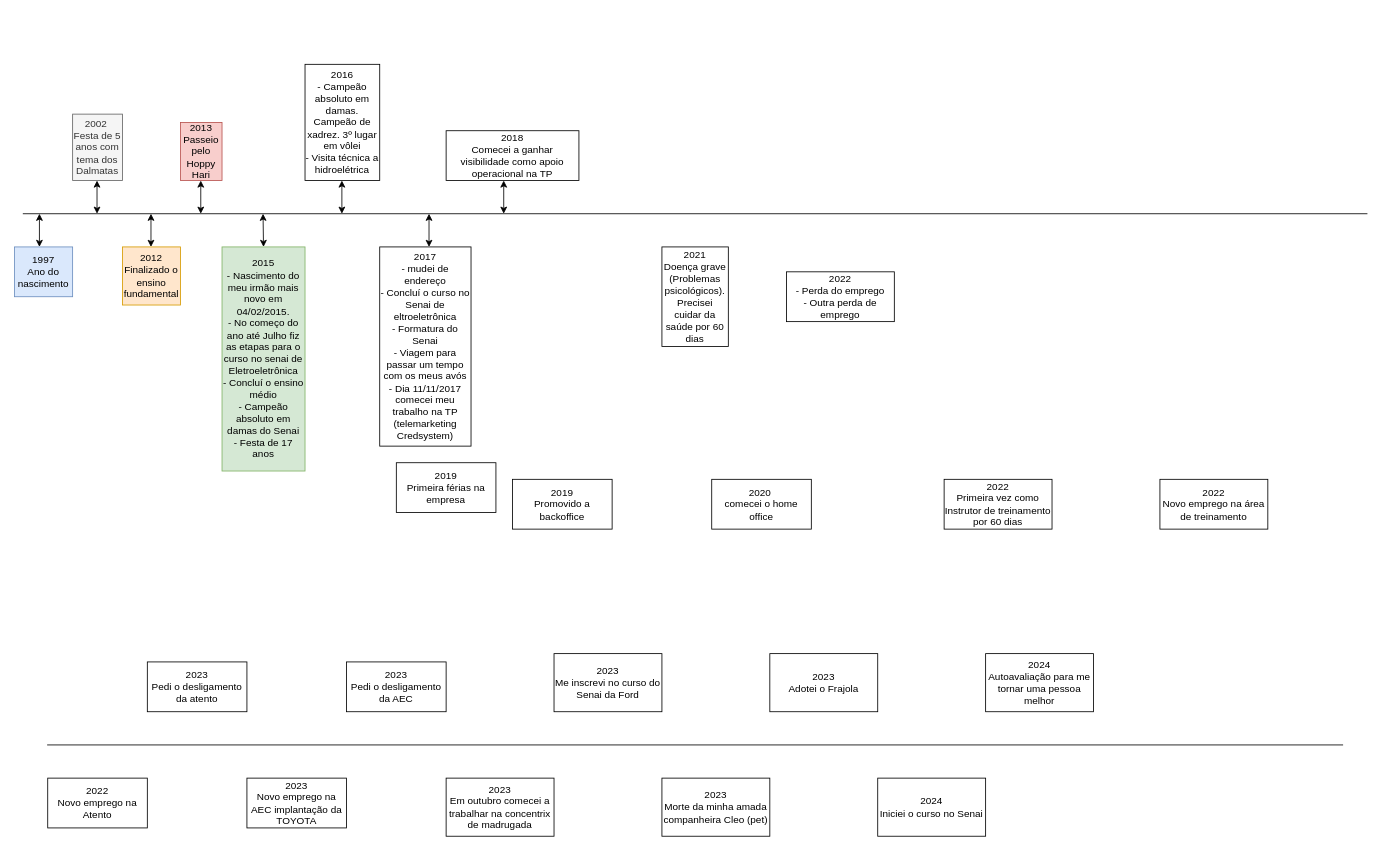
The draw.io diagram linha da vida.drawio in IagoPelitero/senaiaulas, before the edit. Source tidied: cells renumbered, new cells numbered last; positions are measured from the earlier drawing's top-left corner, leaving out a move shared by most shapes. Both pictures are drawn from the tidied source at 83%, with x=0, y=0 at pixel (14, 64).
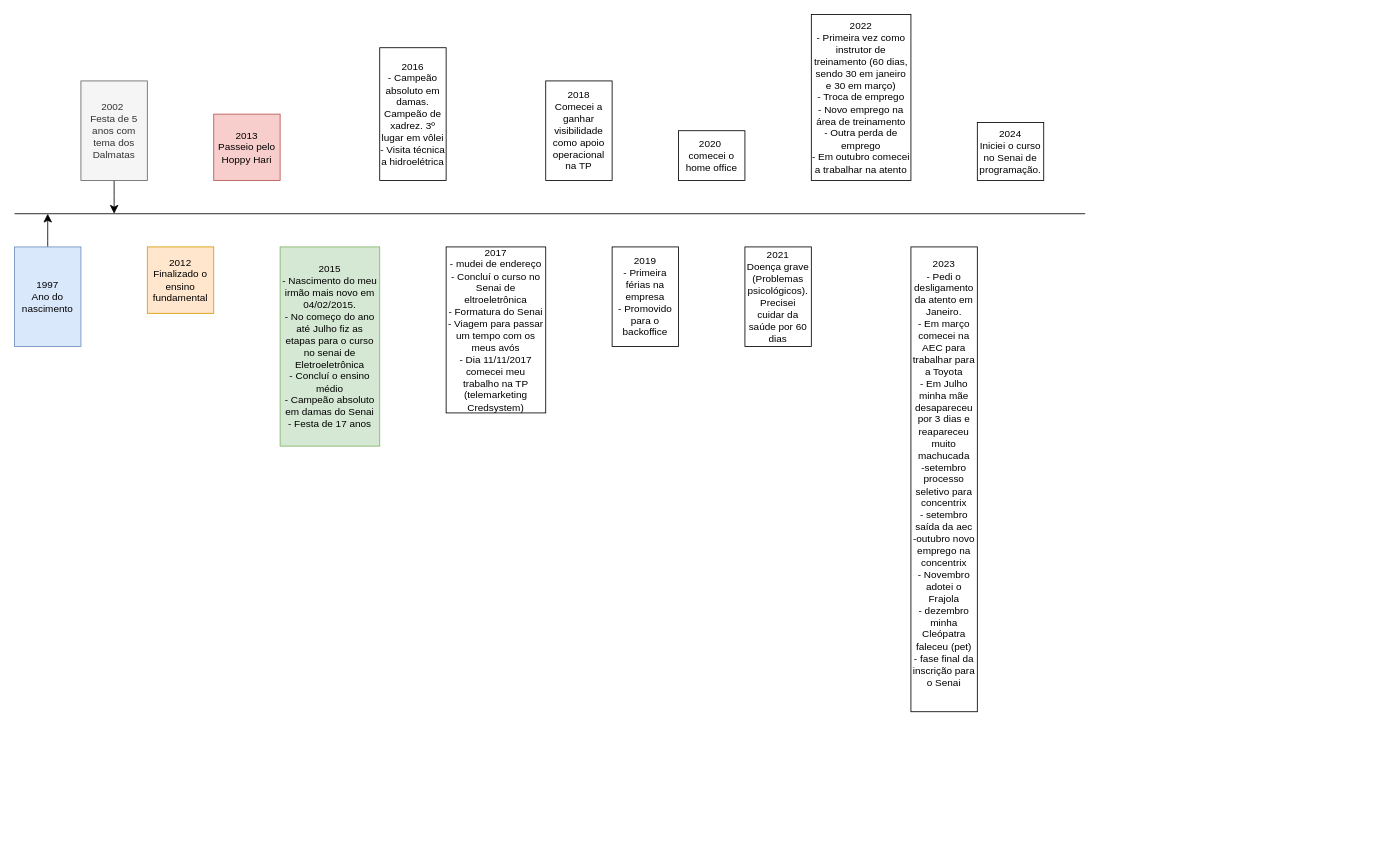
Above is the later version.

What changed in the source:
```diff
@@
+    <mxCell id="37" style="edgeStyle=none;curved=1;rounded=0;jettySize=auto;html=1;fontSize=12;startSize=8;endSize=8;" parent="1" edge="1" source="2">
+      <mxGeometry relative="1" as="geometry">
+        <mxPoint x="40" y="180" as="targetPoint" />
+      </mxGeometry>
+    </mxCell>
     <mxCell id="2" value="1997&lt;div&gt;Ano do nascimento&lt;/div&gt;" style="rounded=0;whiteSpace=wrap;html=1;fillColor=#dae8fc;strokeColor=#6c8ebf;" parent="1" vertex="1">
-      <mxGeometry y="220" width="70" height="60" as="geometry" />
+      <mxGeometry y="220" width="80" height="120" as="geometry" />
     </mxCell>
     <mxCell id="3" style="endArrow=none;html=1;rounded=0;" parent="1" edge="1">
       <mxGeometry relative="1" as="geometry">
-        <mxPoint x="10" y="180" as="sourcePoint" />
-        <mxPoint x="1630" y="180" as="targetPoint" />
+        <mxPoint y="180" as="sourcePoint" />
+        <mxPoint x="1290" y="180" as="targetPoint" />
       </mxGeometry>
     </mxCell>
-    <mxCell id="4" style="endArrow=classic;startArrow=classic;html=1;rounded=0;" parent="1" edge="1">
-      <mxGeometry relative="1" as="geometry">
-        <mxPoint x="30" y="220" as="sourcePoint" />
-        <mxPoint x="30" y="180" as="targetPoint" />
-      </mxGeometry>
-    </mxCell>
+    <mxCell id="38" style="edgeStyle=none;curved=1;rounded=0;jettySize=auto;html=1;fontSize=12;startSize=8;endSize=8;" parent="1" edge="1" source="5">
+      <mxGeometry relative="1" as="geometry">
+        <mxPoint x="120" y="180" as="targetPoint" />
+      </mxGeometry>
+    </mxCell>
     <mxCell id="5" value="2002&amp;nbsp;&lt;div&gt;Festa de 5 anos com tema dos Dalmatas&lt;/div&gt;" style="rounded=0;whiteSpace=wrap;html=1;fillColor=#f5f5f5;strokeColor=#666666;fontColor=#333333;" parent="1" vertex="1">
-      <mxGeometry x="70" y="60" width="60" height="80" as="geometry" />
+      <mxGeometry x="80" y="20" width="80" height="120" as="geometry" />
     </mxCell>
     <mxCell id="6" value="2012&lt;div&gt;Finalizado o ensino fundamental&lt;/div&gt;" style="rounded=0;whiteSpace=wrap;html=1;fillColor=#ffe6cc;strokeColor=#d79b00;" parent="1" vertex="1">
-      <mxGeometry x="130" y="220" width="70" height="70" as="geometry" />
+      <mxGeometry x="160" y="220" width="80" height="80" as="geometry" />
     </mxCell>
-    <mxCell id="7" style="endArrow=classic;startArrow=classic;html=1;rounded=0;" parent="1" edge="1">
-      <mxGeometry relative="1" as="geometry">
-        <mxPoint x="99.4" y="180" as="sourcePoint" />
-        <mxPoint x="99.4" y="140" as="targetPoint" />
-      </mxGeometry>
-    </mxCell>
-    <mxCell id="8" style="endArrow=classic;startArrow=classic;html=1;rounded=0;" parent="1" edge="1">
-      <mxGeometry relative="1" as="geometry">
-        <mxPoint x="164.4" y="220" as="sourcePoint" />
-        <mxPoint x="164.4" y="180" as="targetPoint" />
-      </mxGeometry>
-    </mxCell>
     <mxCell id="9" value="2013&lt;div&gt;Passeio pelo Hoppy Hari&lt;/div&gt;" style="rounded=0;whiteSpace=wrap;html=1;fillColor=#f8cecc;strokeColor=#b85450;" parent="1" vertex="1">
-      <mxGeometry x="200" y="70" width="50" height="70" as="geometry" />
+      <mxGeometry x="240" y="60" width="80" height="80" as="geometry" />
     </mxCell>
     <mxCell id="10" value="&lt;div&gt;2016&lt;/div&gt;&lt;div&gt;- Campeão absoluto em damas. Campeão de xadrez. 3º lugar em vôlei&lt;/div&gt;&lt;div&gt;-&amp;nbsp;&lt;span style=&quot;background-color: initial;&quot;&gt;Visita técnica a hidroelétrica&lt;/span&gt;&lt;/div&gt;" style="rounded=0;whiteSpace=wrap;html=1;" parent="1" vertex="1">
-      <mxGeometry x="350" width="90" height="140" as="geometry" />
+      <mxGeometry x="440" y="-20" width="80" height="160" as="geometry" />
     </mxCell>
     <mxCell id="11" value="2017&lt;div&gt;- mudei de endereço&lt;/div&gt;&lt;div&gt;- Concluí o curso no Senai de eltroeletrônica&lt;br&gt;&lt;/div&gt;&lt;div&gt;- Formatura do Senai&lt;/div&gt;&lt;div&gt;-&amp;nbsp;&lt;span style=&quot;background-color: initial;&quot;&gt;Viagem para passar um tempo com os meus avós&lt;/span&gt;&lt;/div&gt;&lt;div&gt;&lt;span style=&quot;background-color: initial;&quot;&gt;-&amp;nbsp;&lt;/span&gt;&lt;span style=&quot;background-color: initial;&quot;&gt;Dia 11/11/2017 comecei meu trabalho na TP (telemarketing Credsystem)&lt;/span&gt;&lt;/div&gt;" style="rounded=0;whiteSpace=wrap;html=1;" parent="1" vertex="1">
-      <mxGeometry x="440" y="220" width="110" height="240" as="geometry" />
+      <mxGeometry x="520" y="220" width="120" height="200" as="geometry" />
     </mxCell>
     <mxCell id="12" value="2015&lt;div&gt;- Nascimento do meu irmão mais novo em 04/02/2015.&lt;/div&gt;&lt;div&gt;-&amp;nbsp;&lt;span style=&quot;background-color: initial;&quot;&gt;No começo do ano até Julho fiz as etapas para o curso no senai de Eletroeletrônica&lt;/span&gt;&lt;/div&gt;&lt;div&gt;-&amp;nbsp;&lt;span style=&quot;background-color: initial;&quot;&gt;Concluí o ensino médio&lt;/span&gt;&lt;/div&gt;&lt;div&gt;&lt;span style=&quot;background-color: initial;&quot;&gt;-&amp;nbsp;&lt;/span&gt;&lt;span style=&quot;background-color: initial;&quot;&gt;Campeão absoluto em damas do Senai&lt;/span&gt;&lt;/div&gt;&lt;div&gt;&lt;span style=&quot;background-color: initial;&quot;&gt;- Festa de 17 anos&lt;/span&gt;&lt;/div&gt;" style="rounded=0;whiteSpace=wrap;html=1;fillColor=#d5e8d4;strokeColor=#82b366;" parent="1" vertex="1">
-      <mxGeometry x="250" y="220" width="100" height="270" as="geometry" />
+      <mxGeometry x="320" y="220" width="120" height="240" as="geometry" />
     </mxCell>
     <mxCell id="13" value="2018&lt;div&gt;Comecei a ganhar visibilidade como apoio operacional na TP&lt;/div&gt;" style="rounded=0;whiteSpace=wrap;html=1;" parent="1" vertex="1">
-      <mxGeometry x="520" y="80" width="160" height="60" as="geometry" />
+      <mxGeometry x="640" y="20" width="80" height="120" as="geometry" />
     </mxCell>
-    <mxCell id="14" value="2019&lt;div&gt;Promovido a backoffice&lt;/div&gt;" style="rounded=0;whiteSpace=wrap;html=1;" parent="1" vertex="1">
-      <mxGeometry x="600" y="500" width="120" height="60" as="geometry" />
-    </mxCell>
-    <mxCell id="15" value="2019&lt;div&gt;Primeira férias na empresa&lt;/div&gt;" style="rounded=0;whiteSpace=wrap;html=1;" parent="1" vertex="1">
-      <mxGeometry x="460" y="480" width="120" height="60" as="geometry" />
+    <mxCell id="15" value="2019&lt;div&gt;- Primeira férias na empresa&lt;/div&gt;&lt;div&gt;- Promovido para o backoffice&lt;/div&gt;" style="rounded=0;whiteSpace=wrap;html=1;" parent="1" vertex="1">
+      <mxGeometry x="720" y="220" width="80" height="120" as="geometry" />
     </mxCell>
     <mxCell id="16" value="2020&amp;nbsp;&lt;div&gt;comecei o home office&lt;/div&gt;" style="rounded=0;whiteSpace=wrap;html=1;" parent="1" vertex="1">
-      <mxGeometry x="840" y="500" width="120" height="60" as="geometry" />
+      <mxGeometry x="800" y="80" width="80" height="60" as="geometry" />
     </mxCell>
     <mxCell id="17" value="2021&lt;div&gt;Doença grave (Problemas psicológicos). Precisei cuidar da saúde por 60 dias&lt;/div&gt;" style="rounded=0;whiteSpace=wrap;html=1;" parent="1" vertex="1">
-      <mxGeometry x="780" y="220" width="80" height="120" as="geometry" />
+      <mxGeometry x="880" y="220" width="80" height="120" as="geometry" />
     </mxCell>
-    <mxCell id="18" value="2022&lt;div&gt;Primeira vez como Instrutor de treinamento por 60 dias&lt;/div&gt;" style="rounded=0;whiteSpace=wrap;html=1;" parent="1" vertex="1">
-      <mxGeometry x="1120" y="500" width="130" height="60" as="geometry" />
-    </mxCell>
-    <mxCell id="19" value="2022&lt;div&gt;- Perda do emprego&lt;/div&gt;&lt;div&gt;-&amp;nbsp;&lt;span style=&quot;background-color: initial;&quot;&gt;Outra perda de emprego&lt;/span&gt;&lt;/div&gt;" style="rounded=0;whiteSpace=wrap;html=1;" parent="1" vertex="1">
-      <mxGeometry x="930" y="250" width="130" height="60" as="geometry" />
+    <mxCell id="19" value="2022&lt;div&gt;- Primeira vez como instrutor de treinamento (60 dias, sendo 30 em janeiro e 30 em março)&lt;br&gt;&lt;div&gt;- Troca de emprego&lt;/div&gt;&lt;div&gt;- Novo emprego na área de treinamento&lt;/div&gt;&lt;div&gt;-&amp;nbsp;&lt;span style=&quot;background-color: initial;&quot;&gt;Outra perda de emprego&lt;/span&gt;&lt;/div&gt;&lt;div&gt;&lt;span style=&quot;background-color: initial;&quot;&gt;- Em outubro comecei a trabalhar na atento&lt;/span&gt;&lt;/div&gt;&lt;/div&gt;" style="rounded=0;whiteSpace=wrap;html=1;" parent="1" vertex="1">
+      <mxGeometry x="960" y="-60" width="120" height="200" as="geometry" />
     </mxCell>
-    <mxCell id="20" value="2022&lt;div&gt;Novo emprego na área de treinamento&lt;/div&gt;" style="rounded=0;whiteSpace=wrap;html=1;" parent="1" vertex="1">
-      <mxGeometry x="1380" y="500" width="130" height="60" as="geometry" />
-    </mxCell>
-    <mxCell id="21" value="2022&lt;div&gt;Novo emprego na Atento&lt;/div&gt;" style="rounded=0;whiteSpace=wrap;html=1;" parent="1" vertex="1">
-      <mxGeometry x="40" y="860" width="120" height="60" as="geometry" />
-    </mxCell>
-    <mxCell id="22" style="endArrow=none;html=1;rounded=0;" parent="1" edge="1">
-      <mxGeometry relative="1" as="geometry">
-        <mxPoint x="39.3" y="820" as="sourcePoint" />
-        <mxPoint x="1600.7" y="820" as="targetPoint" />
-      </mxGeometry>
-    </mxCell>
+    <mxCell id="30" value="2024&lt;div&gt;Iniciei o curso no Senai de programação.&lt;/div&gt;" style="rounded=0;whiteSpace=wrap;html=1;" parent="1" vertex="1">
+      <mxGeometry x="1160" y="70" width="80" height="70" as="geometry" />
+    </mxCell>
+    <mxCell id="33" style="endArrow=classic;startArrow=classic;html=1;rounded=0;exitX=0.5;exitY=0;exitDx=0;exitDy=0;entryX=0.5;entryY=0;entryDx=0;entryDy=0;" parent="1" edge="1" source="12" target="12">
+      <mxGeometry relative="1" as="geometry" />
+    </mxCell>
-    <mxCell id="23" value="2023&lt;div&gt;Pedi o desligamento da atento&lt;/div&gt;" style="rounded=0;whiteSpace=wrap;html=1;" parent="1" vertex="1">
-      <mxGeometry x="160" y="720" width="120" height="60" as="geometry" />
+    <mxCell id="23" value="2023&lt;div&gt;- Pedi o desligamento da atento em Janeiro.&lt;/div&gt;&lt;div&gt;- Em março comecei na AEC para trabalhar para a Toyota&lt;/div&gt;&lt;div&gt;- Em Julho minha mãe desapareceu por 3 dias e reapareceu muito machucada&lt;/div&gt;&lt;div&gt;-setembro processo seletivo para concentrix&lt;/div&gt;&lt;div&gt;- setembro saída da aec&lt;/div&gt;&lt;div&gt;-outubro novo emprego na concentrix&lt;/div&gt;&lt;div&gt;- Novembro adotei o Frajola&lt;/div&gt;&lt;div&gt;- dezembro minha Cleópatra faleceu (pet)&lt;/div&gt;&lt;div&gt;- fase final da inscrição para o Senai&lt;/div&gt;&lt;div&gt;&lt;br&gt;&lt;/div&gt;" style="rounded=0;whiteSpace=wrap;html=1;" parent="1" vertex="1">
+      <mxGeometry x="1080" y="220" width="80" height="560" as="geometry" />
     </mxCell>
-    <mxCell id="24" value="2023&lt;div&gt;Novo emprego na AEC implantação da TOYOTA&lt;/div&gt;" style="rounded=0;whiteSpace=wrap;html=1;" parent="1" vertex="1">
-      <mxGeometry x="280" y="860" width="120" height="60" as="geometry" />
-    </mxCell>
-    <mxCell id="25" value="2023&lt;div&gt;Pedi o desligamento da AEC&lt;/div&gt;" style="rounded=0;whiteSpace=wrap;html=1;" parent="1" vertex="1">
-      <mxGeometry x="400" y="720" width="120" height="60" as="geometry" />
-    </mxCell>
-    <mxCell id="26" value="2023&lt;div&gt;Em outubro comecei a trabalhar na concentrix de madrugada&lt;/div&gt;" style="rounded=0;whiteSpace=wrap;html=1;" parent="1" vertex="1">
-      <mxGeometry x="520" y="860" width="130" height="70" as="geometry" />
-    </mxCell>
-    <mxCell id="27" value="2023&lt;div&gt;Me inscrevi no curso do Senai da Ford&lt;/div&gt;" style="rounded=0;whiteSpace=wrap;html=1;" parent="1" vertex="1">
-      <mxGeometry x="650" y="710" width="130" height="70" as="geometry" />
-    </mxCell>
-    <mxCell id="28" value="2023&lt;div&gt;Morte da minha amada companheira Cleo (pet)&lt;/div&gt;" style="rounded=0;whiteSpace=wrap;html=1;" parent="1" vertex="1">
-      <mxGeometry x="780" y="860" width="130" height="70" as="geometry" />
-    </mxCell>
-    <mxCell id="29" value="2023&lt;div&gt;Adotei o Frajola&lt;/div&gt;" style="rounded=0;whiteSpace=wrap;html=1;" parent="1" vertex="1">
-      <mxGeometry x="910" y="710" width="130" height="70" as="geometry" />
-    </mxCell>
-    <mxCell id="30" value="2024&lt;div&gt;Iniciei o curso no Senai&lt;/div&gt;" style="rounded=0;whiteSpace=wrap;html=1;" parent="1" vertex="1">
-      <mxGeometry x="1040" y="860" width="130" height="70" as="geometry" />
-    </mxCell>
-    <mxCell id="31" value="2024&lt;div&gt;Autoavaliação para me tornar uma pessoa melhor&lt;/div&gt;" style="rounded=0;whiteSpace=wrap;html=1;" parent="1" vertex="1">
-      <mxGeometry x="1170" y="710" width="130" height="70" as="geometry" />
-    </mxCell>
-    <mxCell id="32" style="endArrow=classic;startArrow=classic;html=1;rounded=0;" parent="1" edge="1">
-      <mxGeometry relative="1" as="geometry">
-        <mxPoint x="224.4" y="180" as="sourcePoint" />
-        <mxPoint x="224.4" y="140" as="targetPoint" />
-      </mxGeometry>
-    </mxCell>
-    <mxCell id="33" style="endArrow=classic;startArrow=classic;html=1;rounded=0;exitX=0.5;exitY=0;exitDx=0;exitDy=0;" parent="1" edge="1" source="12">
-      <mxGeometry relative="1" as="geometry">
-        <mxPoint x="299.4" y="180" as="targetPoint" />
-      </mxGeometry>
-    </mxCell>
-    <mxCell id="34" style="endArrow=classic;startArrow=classic;html=1;rounded=0;" parent="1" edge="1">
-      <mxGeometry relative="1" as="geometry">
-        <mxPoint x="394.4" y="180" as="sourcePoint" />
-        <mxPoint x="394.4" y="140" as="targetPoint" />
-      </mxGeometry>
-    </mxCell>
-    <mxCell id="35" style="endArrow=classic;startArrow=classic;html=1;rounded=0;" parent="1" edge="1">
-      <mxGeometry relative="1" as="geometry">
-        <mxPoint x="499.4" y="220" as="sourcePoint" />
-        <mxPoint x="499.4" y="180" as="targetPoint" />
-      </mxGeometry>
-    </mxCell>
-    <mxCell id="36" style="endArrow=classic;startArrow=classic;html=1;rounded=0;" parent="1" edge="1">
-      <mxGeometry relative="1" as="geometry">
-        <mxPoint x="589.4" y="180" as="sourcePoint" />
-        <mxPoint x="589.4" y="140" as="targetPoint" />
-      </mxGeometry>
-    </mxCell>
```
